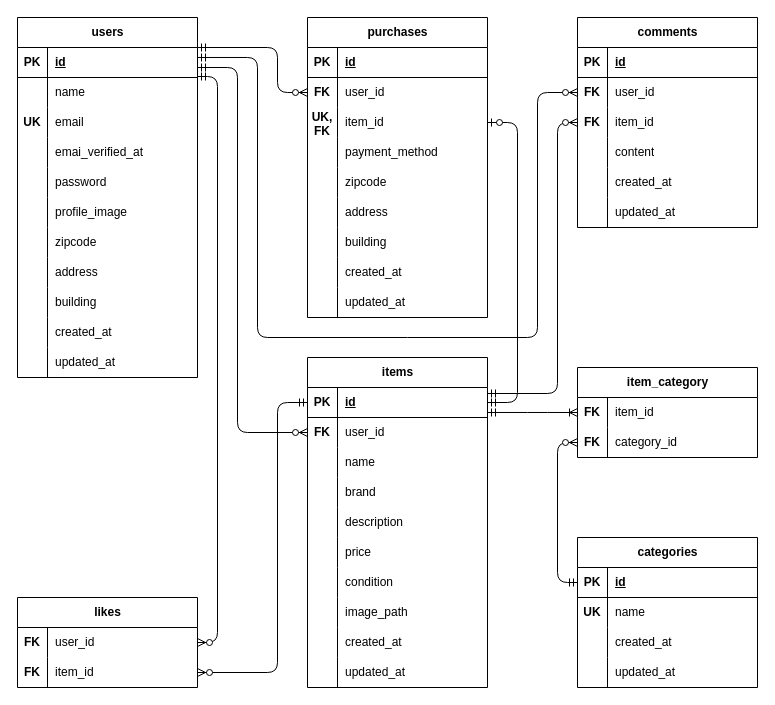
Above: ER.drawio in m-sato310/makio-mogi1 (draw.io), before the change. Source tidied: cells renumbered, new cells numbered last; positions are measured from the earlier drawing's top-left corner, leaving out a move shared by most shapes. Both pictures are drawn from the tidied source at 100%, with x=0, y=0 at pixel (17, 17).
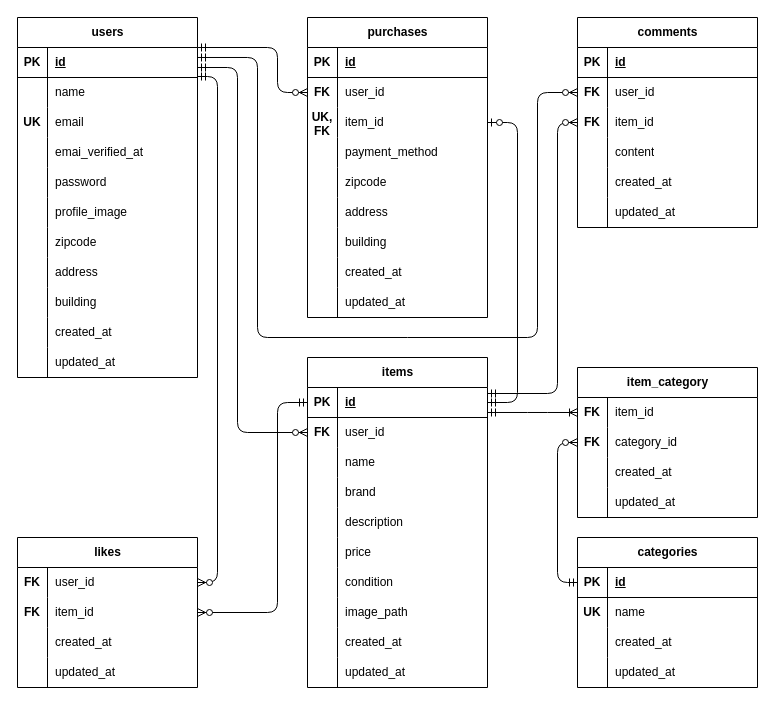
The same page after the edit.

The change refers to these unchanged cells:
```xml
<mxCell id="6" style="shape=tableRow;horizontal=0;startSize=0;swimlaneHead=0;swimlaneBody=0;fillColor=none;points=[[0,0.5],[1,0.5]];portConstraint=eastwest;top=0;left=0;right=0;bottom=0;" parent="2" vertex="1">
  <mxGeometry y="60" width="180" height="30" as="geometry" />
</mxCell>
<mxCell id="37" style="shape=tableRow;horizontal=0;startSize=0;swimlaneHead=0;swimlaneBody=0;fillColor=none;points=[[0,0.5],[1,0.5]];portConstraint=eastwest;top=0;left=0;right=0;bottom=1;" parent="36" vertex="1">
  <mxGeometry y="30" width="180" height="30" as="geometry" />
</mxCell>
<mxCell id="135" style="shape=tableRow;horizontal=0;startSize=0;swimlaneHead=0;swimlaneBody=0;fillColor=none;points=[[0,0.5],[1,0.5]];portConstraint=eastwest;top=0;left=0;right=0;bottom=0;" parent="134" vertex="1">
  <mxGeometry y="30" width="180" height="30" as="geometry" />
</mxCell>
<mxCell id="138" style="shape=tableRow;horizontal=0;startSize=0;swimlaneHead=0;swimlaneBody=0;fillColor=none;points=[[0,0.5],[1,0.5]];portConstraint=eastwest;top=0;left=0;right=0;bottom=0;" parent="134" vertex="1">
  <mxGeometry y="60" width="180" height="30" as="geometry" />
</mxCell>
```

What changed in the source:
```diff
@@
     <mxCell id="80" value="item_category" style="shape=table;startSize=30;childLayout=tableLayout;rowLines=0;fontStyle=1;align=center;html=1;" parent="1" vertex="1">
-      <mxGeometry x="560" y="350" width="180" height="90" as="geometry" />
+      <mxGeometry x="560" y="350" width="180" height="150" as="geometry" />
     </mxCell>
@@
+    <mxCell id="151" style="shape=tableRow;horizontal=0;startSize=0;swimlaneHead=0;swimlaneBody=0;fillColor=none;top=0;left=0;right=0;bottom=0;" parent="80" vertex="1">
+      <mxGeometry y="90" width="180" height="30" as="geometry" />
+    </mxCell>
+    <mxCell id="152" style="shape=partialRectangle;fillColor=none;top=0;left=0;bottom=0;right=0;overflow=hidden;whiteSpace=wrap;html=1;" parent="151" vertex="1">
+      <mxGeometry width="30" height="30" as="geometry" />
+    </mxCell>
+    <mxCell id="153" value="created_at" style="shape=partialRectangle;fillColor=none;top=0;left=0;bottom=0;right=0;align=left;spacingLeft=6;overflow=hidden;whiteSpace=wrap;html=1;" parent="151" vertex="1">
+      <mxGeometry x="30" width="150" height="30" as="geometry" />
+    </mxCell>
+    <mxCell id="154" style="shape=tableRow;horizontal=0;startSize=0;swimlaneHead=0;swimlaneBody=0;fillColor=none;top=0;left=0;right=0;bottom=0;" parent="80" vertex="1">
+      <mxGeometry y="120" width="180" height="30" as="geometry" />
+    </mxCell>
+    <mxCell id="155" style="shape=partialRectangle;fillColor=none;top=0;left=0;bottom=0;right=0;overflow=hidden;whiteSpace=wrap;html=1;" parent="154" vertex="1">
+      <mxGeometry width="30" height="30" as="geometry" />
+    </mxCell>
+    <mxCell id="156" value="updated_at" style="shape=partialRectangle;fillColor=none;top=0;left=0;bottom=0;right=0;align=left;spacingLeft=6;overflow=hidden;whiteSpace=wrap;html=1;" parent="154" vertex="1">
+      <mxGeometry x="30" width="150" height="30" as="geometry" />
+    </mxCell>
@@
     <mxCell id="134" value="likes" style="shape=table;startSize=30;childLayout=tableLayout;rowLines=0;fontStyle=1;align=center;html=1;" parent="1" vertex="1">
-      <mxGeometry y="580" width="180" height="90" as="geometry" />
+      <mxGeometry y="520" width="180" height="150" as="geometry" />
     </mxCell>
@@
+    <mxCell id="157" style="shape=tableRow;horizontal=0;startSize=0;swimlaneHead=0;swimlaneBody=0;fillColor=none;top=0;left=0;right=0;bottom=0;" parent="134" vertex="1">
+      <mxGeometry y="90" width="180" height="30" as="geometry" />
+    </mxCell>
+    <mxCell id="158" style="shape=partialRectangle;fillColor=none;top=0;left=0;bottom=0;right=0;overflow=hidden;whiteSpace=wrap;html=1;" parent="157" vertex="1">
+      <mxGeometry width="30" height="30" as="geometry" />
+    </mxCell>
+    <mxCell id="159" value="created_at" style="shape=partialRectangle;fillColor=none;top=0;left=0;bottom=0;right=0;align=left;spacingLeft=6;overflow=hidden;whiteSpace=wrap;html=1;" parent="157" vertex="1">
+      <mxGeometry x="30" width="150" height="30" as="geometry" />
+    </mxCell>
+    <mxCell id="160" style="shape=tableRow;horizontal=0;startSize=0;swimlaneHead=0;swimlaneBody=0;fillColor=none;top=0;left=0;right=0;bottom=0;" parent="134" vertex="1">
+      <mxGeometry y="120" width="180" height="30" as="geometry" />
+    </mxCell>
+    <mxCell id="161" style="shape=partialRectangle;fillColor=none;top=0;left=0;bottom=0;right=0;overflow=hidden;whiteSpace=wrap;html=1;" parent="160" vertex="1">
+      <mxGeometry width="30" height="30" as="geometry" />
+    </mxCell>
+    <mxCell id="162" value="updated_at" style="shape=partialRectangle;fillColor=none;top=0;left=0;bottom=0;right=0;align=left;spacingLeft=6;overflow=hidden;whiteSpace=wrap;html=1;" parent="160" vertex="1">
+      <mxGeometry x="30" width="150" height="30" as="geometry" />
+    </mxCell>
@@
     <mxCell id="146" style="edgeStyle=orthogonalEdgeStyle;fontSize=12;html=1;endArrow=ERzeroToMany;startArrow=ERmandOne;exitX=1;exitY=-0.033;exitDx=0;exitDy=0;exitPerimeter=0;entryX=1;entryY=0.5;entryDx=0;entryDy=0;" parent="1" edge="1" source="6" target="135">
       <mxGeometry relative="1" as="geometry">
         <Array as="points">
           <mxPoint x="200" y="59" />
-          <mxPoint x="200" y="625" />
+          <mxPoint x="200" y="565" />
         </Array>
       </mxGeometry>
     </mxCell>
     <mxCell id="147" style="edgeStyle=orthogonalEdgeStyle;fontSize=12;html=1;endArrow=ERzeroToMany;startArrow=ERmandOne;exitX=0;exitY=0.5;exitDx=0;exitDy=0;entryX=1;entryY=0.5;entryDx=0;entryDy=0;" parent="1" edge="1" source="37" target="138">
       <mxGeometry relative="1" as="geometry">
         <Array as="points">
           <mxPoint x="260" y="385" />
-          <mxPoint x="260" y="655" />
+          <mxPoint x="260" y="595" />
         </Array>
       </mxGeometry>
     </mxCell>
```
